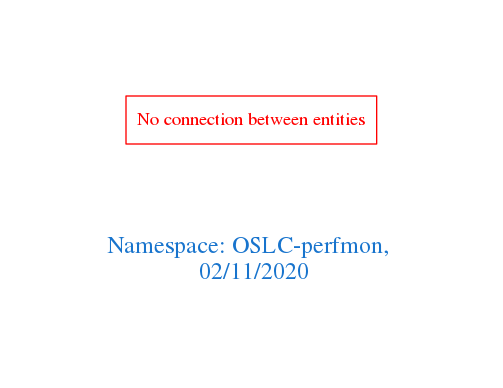
This is downloads/OSLC-perfmon.png from arago/OGIT, a Graphviz export, as it was before one commit. Its source is kept beside it as downloads/OSLC-perfmon.dot.
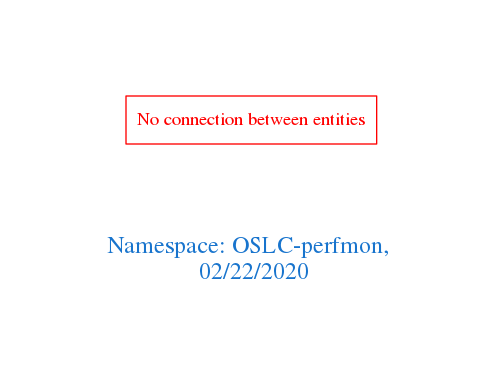
The same file after the commit.

What changed in the source:
```diff
@@ -1,7 +1,7 @@
 digraph OGIT_ontology {
  graph [ rankdir= LR,pad=1
 fontsize = 18,
-fontcolor= dodgerblue3,label = "\n\n\nNamespace: OSLC-perfmon, \n 02/11/2020"];
+fontcolor= dodgerblue3,label = "\n\n\nNamespace: OSLC-perfmon, \n 02/22/2020"];
 node[shape=polygon];
 edge [  color="gray81"];
 
```
